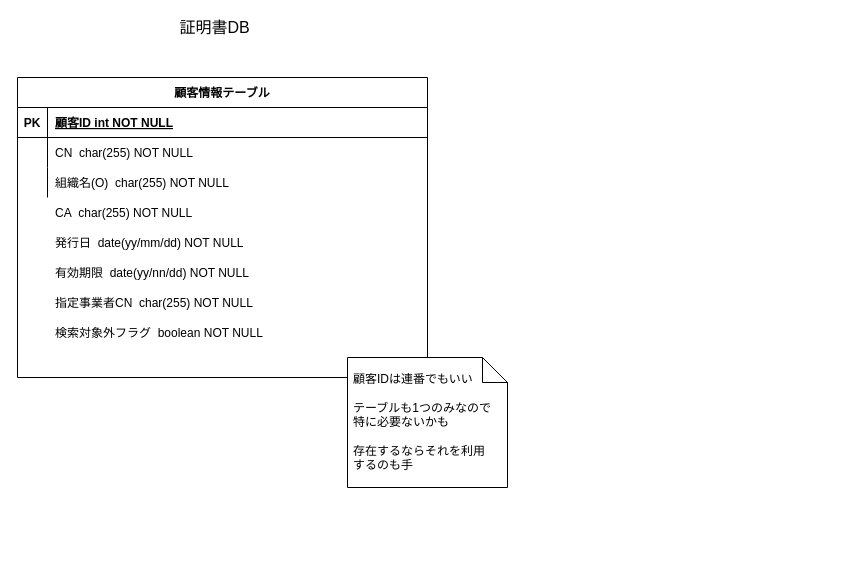
Before: page "ER図" (4 of 7) of UMLDiagram.drawio in r-asano/kaihatsubuKenshu, a draw.io diagram. Source tidied: cells renumbered, new cells numbered last; positions are measured from the earlier drawing's top-left corner, leaving out a move shared by most shapes. Both pictures are drawn from the tidied source at 100%, with x=0, y=0 at pixel (17, 17).
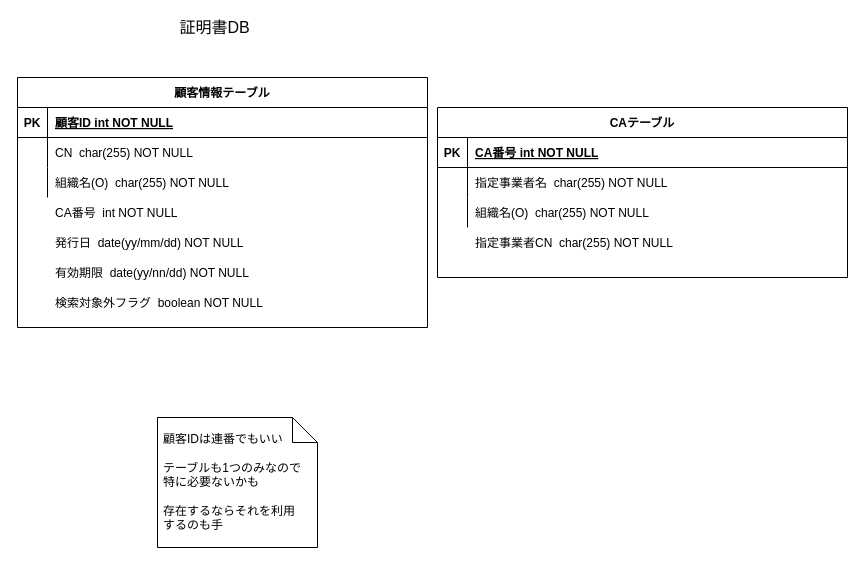
Above is the later version.

What changed in the source:
```diff
@@
     <mxCell id="2" value="顧客情報テーブル" style="shape=table;startSize=30;childLayout=tableLayout;rowLines=0;fontStyle=1;align=center;" parent="1" vertex="1">
-      <mxGeometry y="60" width="410" height="300" as="geometry" />
+      <mxGeometry y="60" width="410" height="250" as="geometry" />
     </mxCell>
@@
-    <mxCell id="12" value="CA  char(255) NOT NULL" style="shape=partialRectangle;overflow=hidden;fillColor=none;top=0;left=0;bottom=0;right=0;align=left;spacingLeft=6;" parent="1" vertex="1">
-      <mxGeometry x="30" y="180" width="380" height="30" as="geometry" />
-    </mxCell>
@@
-    <mxCell id="15" value="指定事業者CN  char(255) NOT NULL" style="shape=partialRectangle;overflow=hidden;fillColor=none;top=0;left=0;bottom=0;right=0;align=left;spacingLeft=6;" parent="1" vertex="1">
-      <mxGeometry x="30" y="270" width="380" height="30" as="geometry" />
+    <mxCell id="15" value="CA番号  int NOT NULL" style="shape=partialRectangle;overflow=hidden;fillColor=none;top=0;left=0;bottom=0;right=0;align=left;spacingLeft=6;" parent="1" vertex="1">
+      <mxGeometry x="30" y="180" width="380" height="30" as="geometry" />
     </mxCell>
     <mxCell id="16" value="検索対象外フラグ  boolean NOT NULL" style="shape=partialRectangle;overflow=hidden;fillColor=none;top=0;left=0;bottom=0;right=0;align=left;spacingLeft=6;" parent="1" vertex="1">
-      <mxGeometry x="30" y="300" width="380" height="30" as="geometry" />
+      <mxGeometry x="30" y="270" width="380" height="30" as="geometry" />
     </mxCell>
     <mxCell id="17" style="shape=note2;size=25;html=1;" parent="1" vertex="1">
-      <mxGeometry x="330" y="340" width="160" height="130" as="geometry" />
+      <mxGeometry x="140" y="400" width="160" height="130" as="geometry" />
     </mxCell>
@@
+    <mxCell id="20" value="CAテーブル" style="shape=table;startSize=30;childLayout=tableLayout;rowLines=0;fontStyle=1;align=center;" parent="1" vertex="1">
+      <mxGeometry x="420" y="90" width="410" height="170" as="geometry" />
+    </mxCell>
+    <mxCell id="21" style="shape=partialRectangle;fillColor=none;top=0;left=0;right=0;bottom=1;" parent="20" vertex="1">
+      <mxGeometry y="30" width="410" height="30" as="geometry" />
+    </mxCell>
+    <mxCell id="22" value="PK" style="shape=partialRectangle;overflow=hidden;fillColor=none;top=0;left=0;bottom=0;right=0;fontStyle=1;" parent="21" vertex="1">
+      <mxGeometry width="30" height="30" as="geometry" />
+    </mxCell>
+    <mxCell id="23" value="CA番号 int NOT NULL " style="shape=partialRectangle;overflow=hidden;fillColor=none;top=0;left=0;bottom=0;right=0;align=left;spacingLeft=6;fontStyle=5;" parent="21" vertex="1">
+      <mxGeometry x="30" width="380" height="30" as="geometry" />
+    </mxCell>
+    <mxCell id="24" style="shape=partialRectangle;fillColor=none;top=0;left=0;right=0;bottom=0;" parent="20" vertex="1">
+      <mxGeometry y="60" width="410" height="30" as="geometry" />
+    </mxCell>
+    <mxCell id="25" style="shape=partialRectangle;overflow=hidden;fillColor=none;top=0;left=0;bottom=0;right=0;" parent="24" vertex="1">
+      <mxGeometry width="30" height="30" as="geometry" />
+    </mxCell>
+    <mxCell id="26" value="指定事業者名  char(255) NOT NULL" style="shape=partialRectangle;overflow=hidden;fillColor=none;top=0;left=0;bottom=0;right=0;align=left;spacingLeft=6;" parent="24" vertex="1">
+      <mxGeometry x="30" width="380" height="30" as="geometry" />
+    </mxCell>
+    <mxCell id="27" style="shape=partialRectangle;fillColor=none;top=0;left=0;right=0;bottom=0;" parent="20" vertex="1">
+      <mxGeometry y="90" width="410" height="30" as="geometry" />
+    </mxCell>
+    <mxCell id="28" style="shape=partialRectangle;overflow=hidden;fillColor=none;top=0;left=0;bottom=0;right=0;" parent="27" vertex="1">
+      <mxGeometry width="30" height="30" as="geometry" />
+    </mxCell>
+    <mxCell id="29" value="組織名(O)  char(255) NOT NULL" style="shape=partialRectangle;overflow=hidden;fillColor=none;top=0;left=0;bottom=0;right=0;align=left;spacingLeft=6;" parent="27" vertex="1">
+      <mxGeometry x="30" width="380" height="30" as="geometry" />
+    </mxCell>
+    <mxCell id="30" value="指定事業者CN  char(255) NOT NULL" style="shape=partialRectangle;overflow=hidden;fillColor=none;top=0;left=0;bottom=0;right=0;align=left;spacingLeft=6;" parent="1" vertex="1">
+      <mxGeometry x="450" y="210" width="380" height="30" as="geometry" />
+    </mxCell>
```
